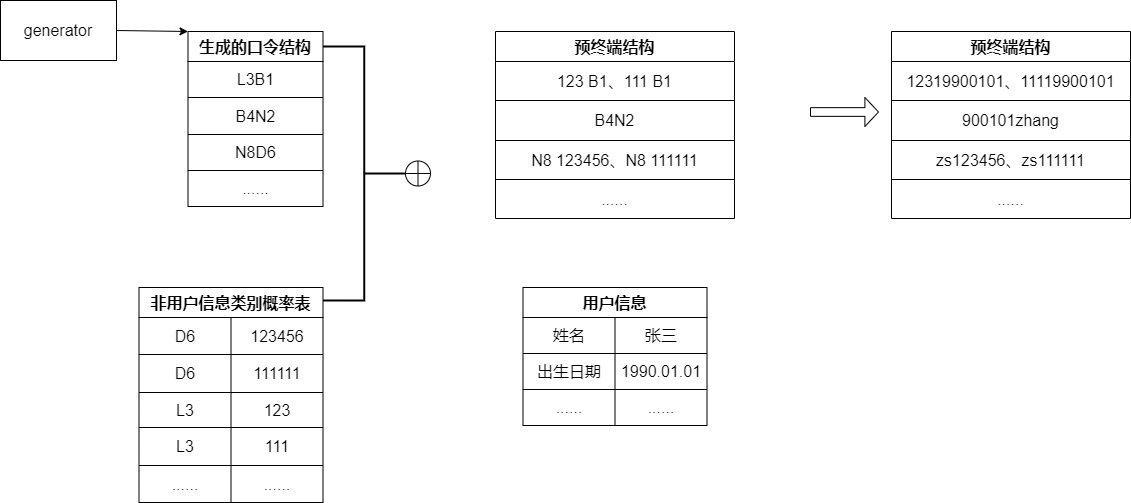
Earlier version of the draw.io export seqgan-fill.drawio.png (lakomi/pictures). Source tidied: cells renumbered, new cells last; positions are measured from the earlier drawing's top-left corner, leaving out a move shared by most shapes.
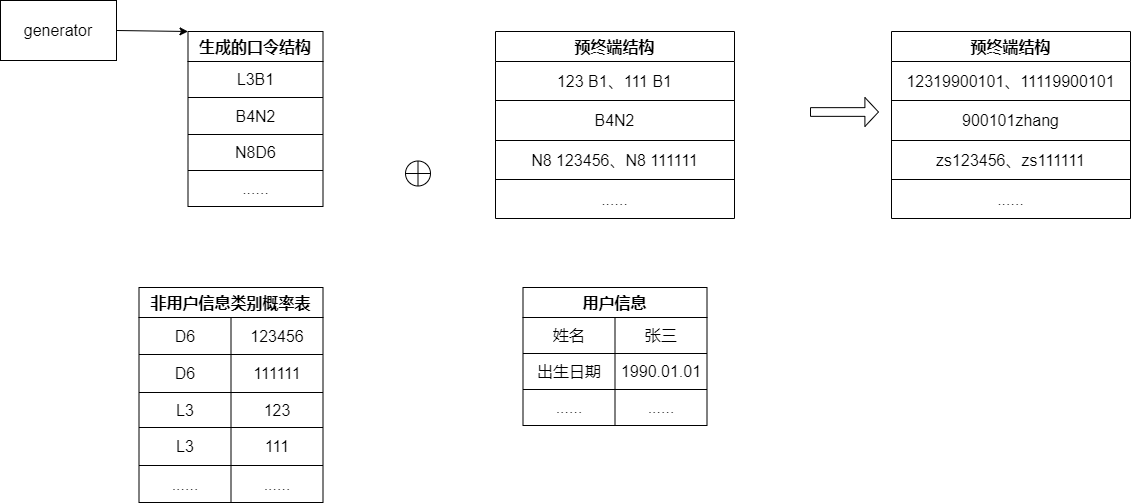
The same file after the commit.

What changed in the source:
```diff
@@ -173,8 +173,5 @@
     <mxCell id="58" style="shape=orEllipse;perimeter=ellipsePerimeter;whiteSpace=wrap;html=1;backgroundOutline=1;fontSize=16;strokeWidth=1;" parent="1" vertex="1">
       <mxGeometry x="405" y="160.5" width="25" height="25" as="geometry" />
     </mxCell>
-    <mxCell id="59" style="strokeWidth=2;html=1;shape=mxgraph.flowchart.annotation_2;align=left;labelPosition=right;fontSize=16;rotation=-180;" parent="1" vertex="1">
-      <mxGeometry x="322.5" y="46" width="82.5" height="254" as="geometry" />
-    </mxCell>
   </root>
 </mxGraphModel>
```
